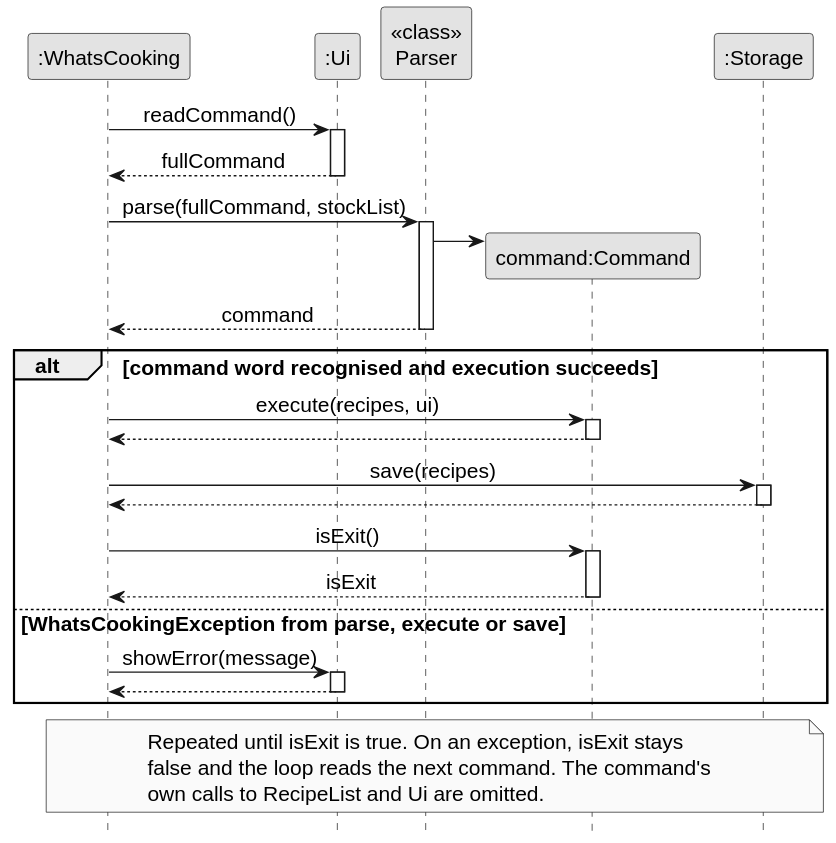
AY2627S1-CS2113-W14-3/tp keeps this PlantUML diagram as docs/diagrams/main-loop.svg. Above is the earlier version.
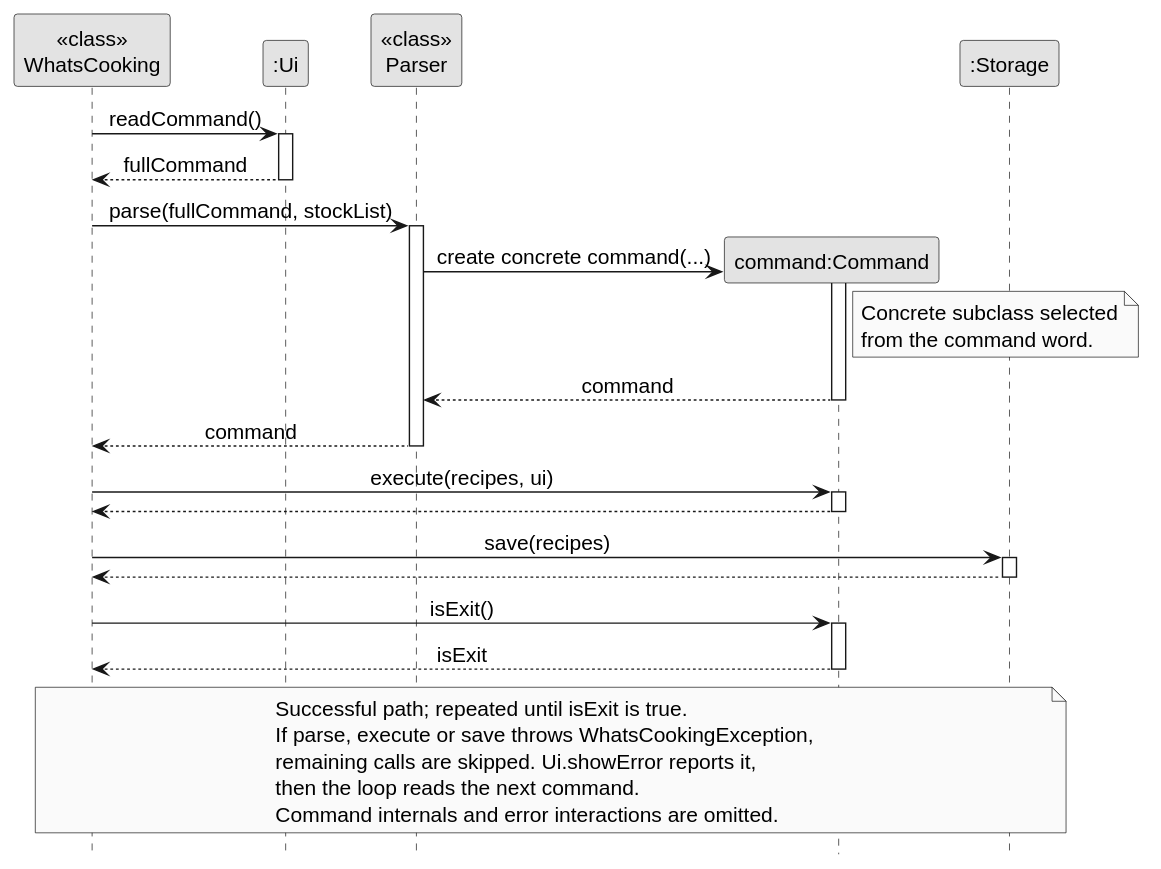
The same diagram one commit later.

Diff of the diagram source:
```diff
@@ -6,7 +6,7 @@
 skinparam sequenceMessageAlign center
 hide footbox
 
-participant ":WhatsCooking" as App
+participant "<<class>>\nWhatsCooking" as App
 participant ":Ui" as UI
 participant "<<class>>\nParser" as Parser
 participant "command:Command" as Command
@@ -20,33 +20,35 @@
 App -> Parser : parse(fullCommand, stockList)
 activate Parser
 create Command
-Parser -> Command
+Parser -> Command : create concrete command(...)
+activate Command
+note right of Command
+  Concrete subclass selected
+  from the command word.
+end note
+Command --> Parser : command
+deactivate Command
 Parser --> App : command
 deactivate Parser
 
-alt command word recognised and execution succeeds
-  App -> Command : execute(recipes, ui)
-  activate Command
-  Command --> App
-  deactivate Command
-  App -> Storage : save(recipes)
-  activate Storage
-  Storage --> App
-  deactivate Storage
-  App -> Command : isExit()
-  activate Command
-  Command --> App : isExit
-  deactivate Command
-else WhatsCookingException from parse, execute or save
-  App -> UI : showError(message)
-  activate UI
-  UI --> App
-  deactivate UI
-end
+App -> Command : execute(recipes, ui)
+activate Command
+Command --> App
+deactivate Command
+App -> Storage : save(recipes)
+activate Storage
+Storage --> App
+deactivate Storage
+App -> Command : isExit()
+activate Command
+Command --> App : isExit
+deactivate Command
 
 note over App, Storage
-  Repeated until isExit is true. On an exception, isExit stays
-  false and the loop reads the next command. The command's
-  own calls to RecipeList and Ui are omitted.
+  Successful path; repeated until isExit is true.
+  If parse, execute or save throws WhatsCookingException,
+  remaining calls are skipped. Ui.showError reports it,
+  then the loop reads the next command.
+  Command internals and error interactions are omitted.
 end note
 @enduml
```
